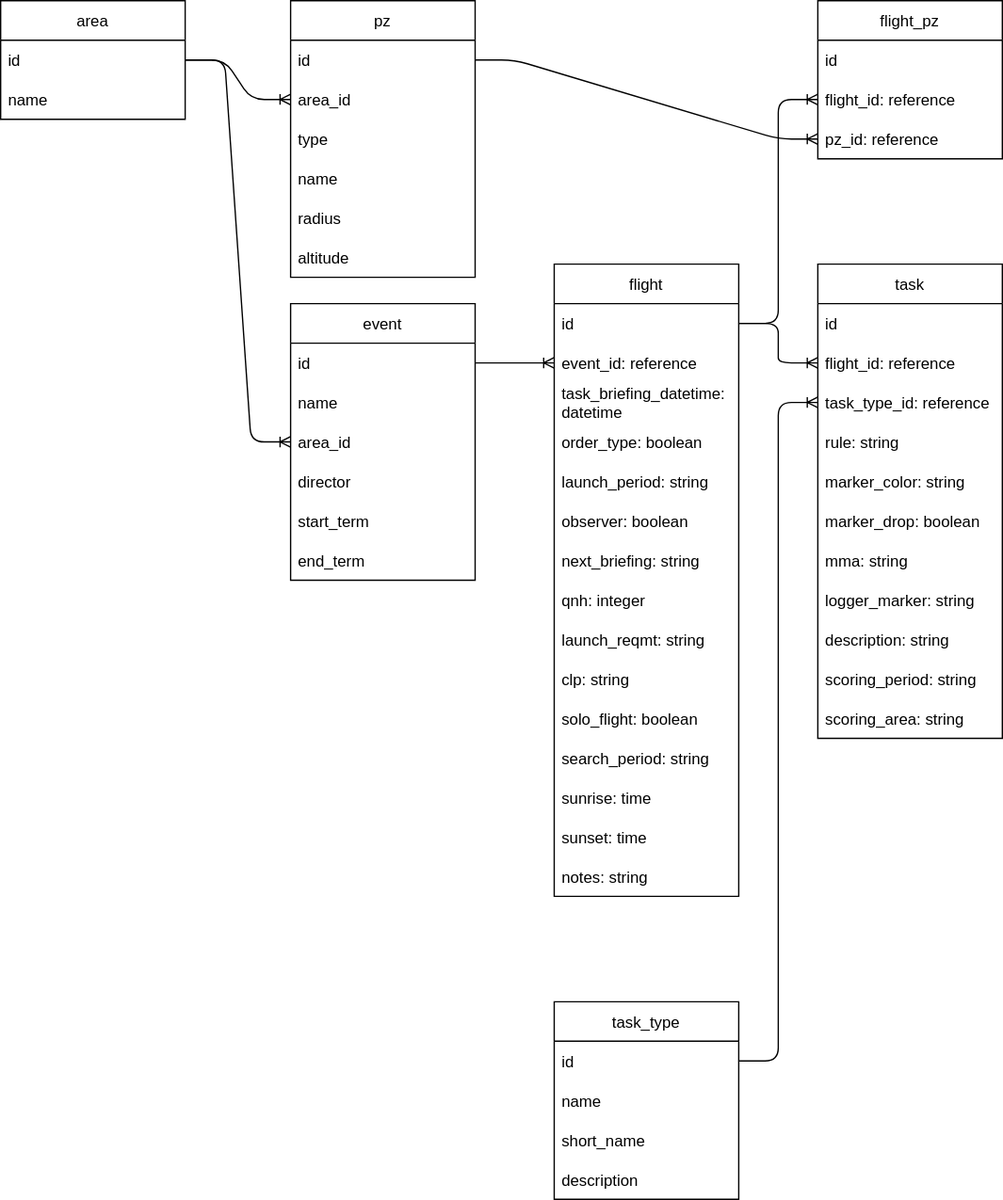
Before: backend/er.drawio.svg, a diagram exported from draw.io (misaka3/flight_checker). Source tidied: cells renumbered, new cells last; positions are measured from the earlier drawing's top-left corner, leaving out a move shared by most shapes.
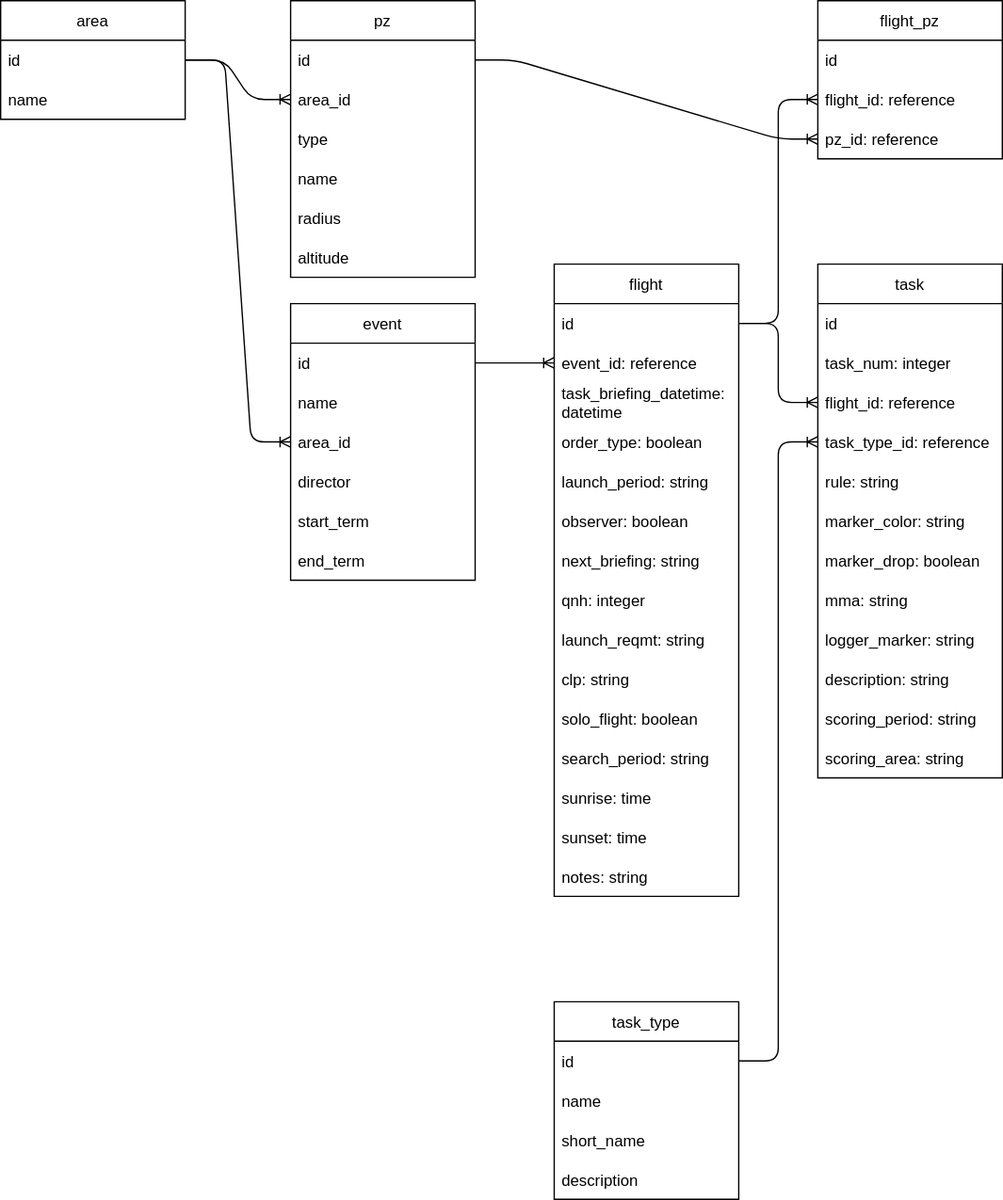
The same diagram one commit later.

Diff of the diagram source:
```diff
@@ -75,40 +75,43 @@
       <mxGeometry relative="1" as="geometry" />
     </mxCell>
     <mxCell id="26" value="task" style="swimlane;fontStyle=0;horizontal=1;startSize=30;" parent="1" vertex="1">
-      <mxGeometry x="620" y="200" width="140" height="360" as="geometry" />
+      <mxGeometry x="620" y="200" width="140" height="390" as="geometry" />
     </mxCell>
     <mxCell id="27" value="id" style="text;strokeColor=none;fillColor=none;align=left;verticalAlign=middle;spacingLeft=4;spacingRight=4;overflow=hidden;" parent="26" vertex="1">
       <mxGeometry y="30" width="140" height="30" as="geometry" />
     </mxCell>
+    <mxCell id="63" value="task_num: integer" style="text;strokeColor=none;fillColor=none;align=left;verticalAlign=middle;spacingLeft=4;spacingRight=4;overflow=hidden;" parent="26" vertex="1">
+      <mxGeometry y="60" width="140" height="30" as="geometry" />
+    </mxCell>
     <mxCell id="28" value="flight_id: reference" style="text;strokeColor=none;fillColor=none;align=left;verticalAlign=middle;spacingLeft=4;spacingRight=4;overflow=hidden;points=[[0,0.5],[1,0.5]];portConstraint=eastwest;" parent="26" vertex="1">
-      <mxGeometry y="60" width="140" height="30" as="geometry" />
+      <mxGeometry y="90" width="140" height="30" as="geometry" />
     </mxCell>
     <mxCell id="29" value="task_type_id: reference" style="text;strokeColor=none;fillColor=none;align=left;verticalAlign=middle;spacingLeft=4;spacingRight=4;overflow=hidden;points=[[0,0.5],[1,0.5]];portConstraint=eastwest;" parent="26" vertex="1">
-      <mxGeometry y="90" width="140" height="30" as="geometry" />
+      <mxGeometry y="120" width="140" height="30" as="geometry" />
     </mxCell>
     <mxCell id="30" value="rule: string" style="text;strokeColor=none;fillColor=none;align=left;verticalAlign=middle;spacingLeft=4;spacingRight=4;overflow=hidden;" parent="26" vertex="1">
-      <mxGeometry y="120" width="140" height="30" as="geometry" />
+      <mxGeometry y="150" width="140" height="30" as="geometry" />
     </mxCell>
     <mxCell id="31" value="marker_color: string" style="text;strokeColor=none;fillColor=none;align=left;verticalAlign=middle;spacingLeft=4;spacingRight=4;overflow=hidden;" parent="26" vertex="1">
-      <mxGeometry y="150" width="140" height="30" as="geometry" />
+      <mxGeometry y="180" width="140" height="30" as="geometry" />
     </mxCell>
     <mxCell id="32" value="marker_drop: boolean" style="text;strokeColor=none;fillColor=none;align=left;verticalAlign=middle;spacingLeft=4;spacingRight=4;overflow=hidden;" parent="26" vertex="1">
-      <mxGeometry y="180" width="140" height="30" as="geometry" />
+      <mxGeometry y="210" width="140" height="30" as="geometry" />
     </mxCell>
     <mxCell id="33" value="mma: string" style="text;strokeColor=none;fillColor=none;align=left;verticalAlign=middle;spacingLeft=4;spacingRight=4;overflow=hidden;" parent="26" vertex="1">
-      <mxGeometry y="210" width="140" height="30" as="geometry" />
+      <mxGeometry y="240" width="140" height="30" as="geometry" />
     </mxCell>
     <mxCell id="34" value="logger_marker: string" style="text;strokeColor=none;fillColor=none;align=left;verticalAlign=middle;spacingLeft=4;spacingRight=4;overflow=hidden;" parent="26" vertex="1">
-      <mxGeometry y="240" width="140" height="30" as="geometry" />
+      <mxGeometry y="270" width="140" height="30" as="geometry" />
     </mxCell>
     <mxCell id="35" value="description: string" style="text;strokeColor=none;fillColor=none;align=left;verticalAlign=middle;spacingLeft=4;spacingRight=4;overflow=hidden;" parent="26" vertex="1">
-      <mxGeometry y="270" width="140" height="30" as="geometry" />
+      <mxGeometry y="300" width="140" height="30" as="geometry" />
     </mxCell>
     <mxCell id="36" value="scoring_period: string" style="text;strokeColor=none;fillColor=none;align=left;verticalAlign=middle;spacingLeft=4;spacingRight=4;overflow=hidden;" parent="26" vertex="1">
-      <mxGeometry y="300" width="140" height="30" as="geometry" />
+      <mxGeometry y="330" width="140" height="30" as="geometry" />
     </mxCell>
     <mxCell id="37" value="scoring_area: string" style="text;strokeColor=none;fillColor=none;align=left;verticalAlign=middle;spacingLeft=4;spacingRight=4;overflow=hidden;" parent="26" vertex="1">
-      <mxGeometry y="330" width="140" height="30" as="geometry" />
+      <mxGeometry y="360" width="140" height="30" as="geometry" />
     </mxCell>
     <mxCell id="38" style="edgeStyle=entityRelationEdgeStyle;fontSize=12;html=1;endArrow=ERoneToMany;exitX=1;exitY=0.5;exitDx=0;exitDy=0;entryX=0;entryY=0.5;entryDx=0;entryDy=0;" parent="1" edge="1" source="10" target="28">
       <mxGeometry relative="1" as="geometry" />
```
